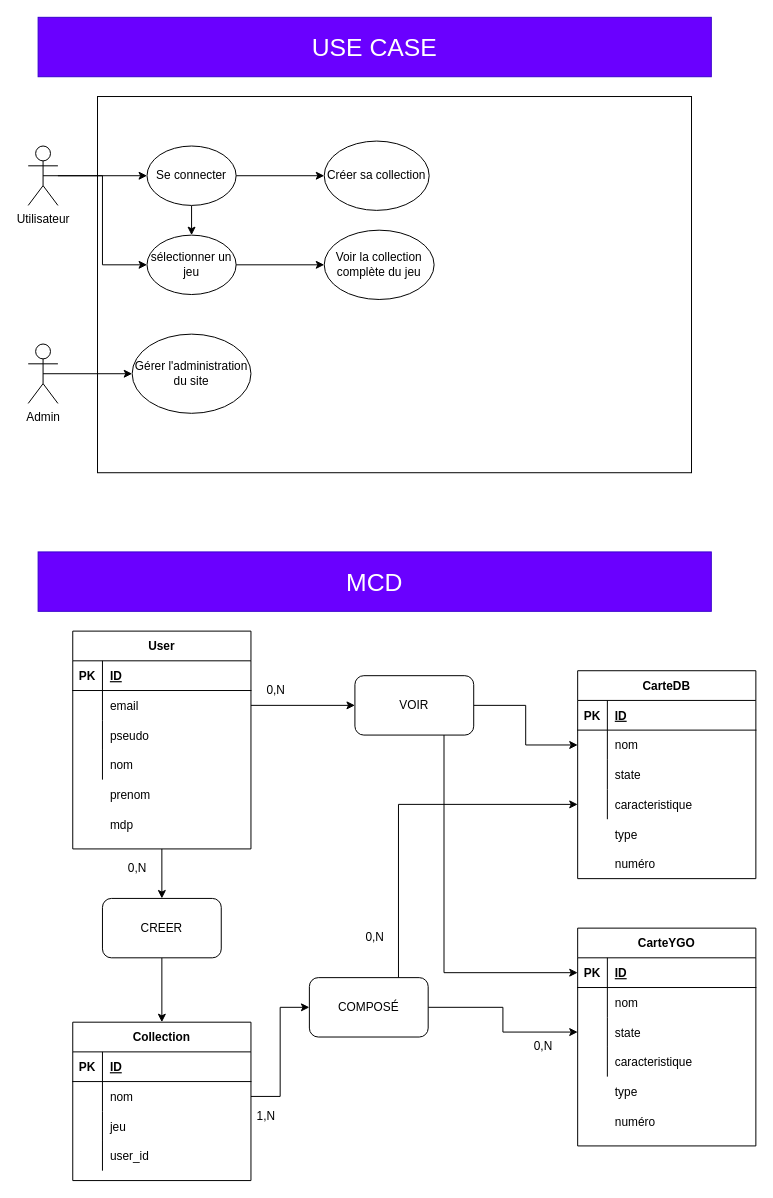
The draw.io diagram concemption.drawio in GodofBaguette/CardStorm, before the edit. Source tidied: cells renumbered, new cells numbered last; positions are measured from the earlier drawing's top-left corner, leaving out a move shared by most shapes. Both pictures are drawn from the tidied source at 99%, with x=0, y=0 at pixel (28, 17).
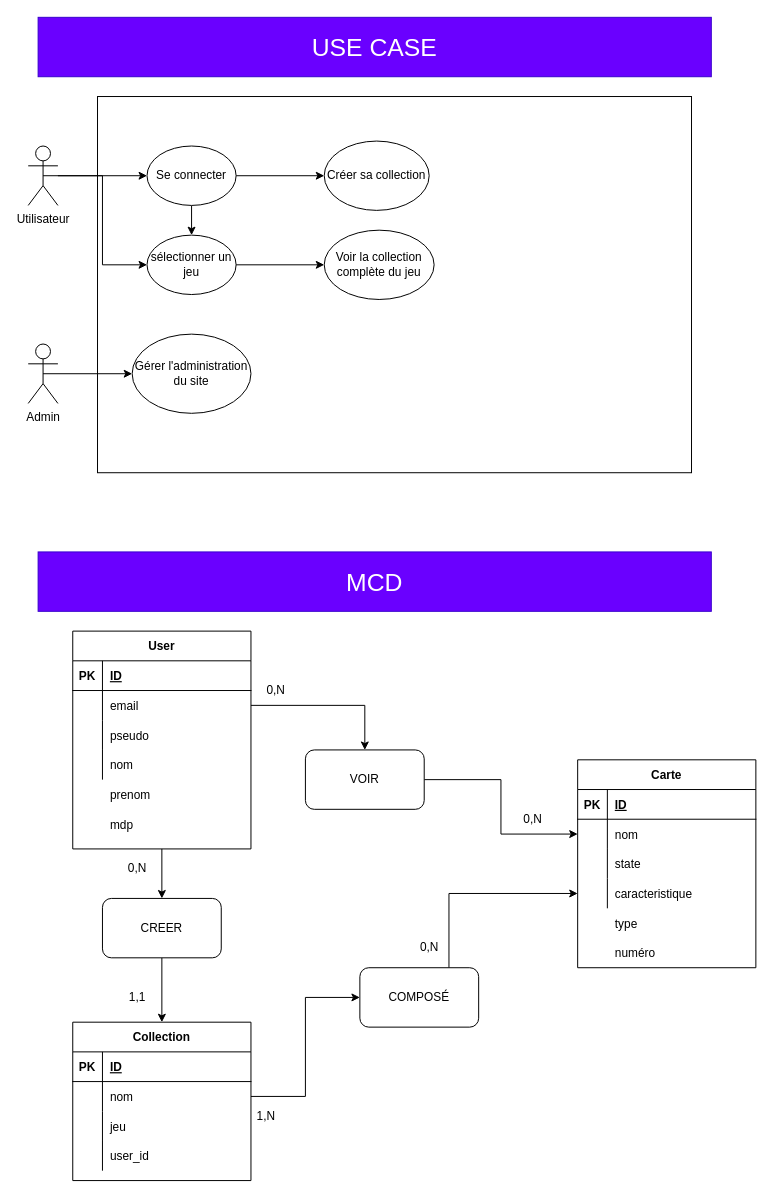
Above is the later version.

Commit message (it also covers changes not shown here):
use case et MCD

Change to the diagram source:
```diff
@@
-    <mxCell id="32" value="CarteDB" style="shape=table;startSize=30;childLayout=tableLayout;rowLines=0;fontStyle=1;align=center;" parent="1" vertex="1">
-      <mxGeometry x="555" y="660" width="180" height="210" as="geometry" />
+    <mxCell id="32" value="Carte" style="shape=table;startSize=30;childLayout=tableLayout;rowLines=0;fontStyle=1;align=center;" parent="1" vertex="1">
+      <mxGeometry x="555" y="750" width="180" height="210" as="geometry" />
     </mxCell>
@@
-    <mxCell id="60" value="CarteYGO" style="shape=table;startSize=30;childLayout=tableLayout;rowLines=0;fontStyle=1;align=center;" parent="1" vertex="1">
-      <mxGeometry x="555" y="920" width="180" height="220" as="geometry" />
-    </mxCell>
-    <mxCell id="61" style="shape=partialRectangle;fillColor=none;top=0;left=0;bottom=1;right=0;points=[[0,0.5],[1,0.5]];portConstraint=eastwest;" parent="60" vertex="1">
-      <mxGeometry y="30" width="180" height="30" as="geometry" />
-    </mxCell>
-    <mxCell id="62" value="PK" style="shape=partialRectangle;fillColor=none;top=0;left=0;bottom=0;right=0;fontStyle=1;overflow=hidden;" parent="61" vertex="1">
-      <mxGeometry width="30" height="30" as="geometry" />
-    </mxCell>
-    <mxCell id="63" value="ID" style="shape=partialRectangle;fillColor=none;top=0;left=0;bottom=0;right=0;align=left;spacingLeft=6;fontStyle=5;overflow=hidden;" parent="61" vertex="1">
-      <mxGeometry x="30" width="150" height="30" as="geometry" />
-    </mxCell>
-    <mxCell id="64" style="shape=partialRectangle;fillColor=none;top=0;left=0;bottom=0;right=0;" parent="60" vertex="1">
-      <mxGeometry y="60" width="180" height="30" as="geometry" />
-    </mxCell>
-    <mxCell id="65" style="shape=partialRectangle;fillColor=none;top=0;left=0;bottom=0;right=0;overflow=hidden;" parent="64" vertex="1">
-      <mxGeometry width="30" height="30" as="geometry" />
-    </mxCell>
-    <mxCell id="66" value="nom" style="shape=partialRectangle;fillColor=none;top=0;left=0;bottom=0;right=0;align=left;spacingLeft=6;overflow=hidden;" parent="64" vertex="1">
-      <mxGeometry x="30" width="150" height="30" as="geometry" />
-    </mxCell>
-    <mxCell id="67" style="shape=partialRectangle;fillColor=none;top=0;left=0;bottom=0;right=0;points=[[0,0.5],[1,0.5]];portConstraint=eastwest;" parent="60" vertex="1">
-      <mxGeometry y="90" width="180" height="30" as="geometry" />
-    </mxCell>
-    <mxCell id="68" style="shape=partialRectangle;fillColor=none;top=0;left=0;bottom=0;right=0;overflow=hidden;" parent="67" vertex="1">
-      <mxGeometry width="30" height="30" as="geometry" />
-    </mxCell>
-    <mxCell id="69" value="state" style="shape=partialRectangle;fillColor=none;top=0;left=0;bottom=0;right=0;align=left;spacingLeft=6;overflow=hidden;" parent="67" vertex="1">
-      <mxGeometry x="30" width="150" height="30" as="geometry" />
-    </mxCell>
-    <mxCell id="70" style="shape=partialRectangle;fillColor=none;top=0;left=0;bottom=0;right=0;" parent="60" vertex="1">
-      <mxGeometry y="120" width="180" height="30" as="geometry" />
-    </mxCell>
-    <mxCell id="71" style="shape=partialRectangle;fillColor=none;top=0;left=0;bottom=0;right=0;overflow=hidden;" parent="70" vertex="1">
-      <mxGeometry width="30" height="30" as="geometry" />
-    </mxCell>
-    <mxCell id="72" value="caracteristique" style="shape=partialRectangle;fillColor=none;top=0;left=0;bottom=0;right=0;align=left;spacingLeft=6;overflow=hidden;" parent="70" vertex="1">
-      <mxGeometry x="30" width="150" height="30" as="geometry" />
-    </mxCell>
     <mxCell id="73" value="type" style="shape=partialRectangle;fillColor=none;top=0;left=0;bottom=0;right=0;align=left;spacingLeft=6;overflow=hidden;" parent="1" vertex="1">
-      <mxGeometry x="585" y="810" width="150" height="30" as="geometry" />
+      <mxGeometry x="585" y="900" width="150" height="30" as="geometry" />
     </mxCell>
-    <mxCell id="74" value="type" style="shape=partialRectangle;fillColor=none;top=0;left=0;bottom=0;right=0;align=left;spacingLeft=6;overflow=hidden;" parent="1" vertex="1">
-      <mxGeometry x="585" y="1070" width="150" height="30" as="geometry" />
-    </mxCell>
     <mxCell id="75" value="numéro" style="shape=partialRectangle;fillColor=none;top=0;left=0;bottom=0;right=0;align=left;spacingLeft=6;overflow=hidden;" parent="1" vertex="1">
-      <mxGeometry x="585" y="840" width="150" height="30" as="geometry" />
+      <mxGeometry x="585" y="930" width="150" height="30" as="geometry" />
     </mxCell>
-    <mxCell id="76" value="numéro" style="shape=partialRectangle;fillColor=none;top=0;left=0;bottom=0;right=0;align=left;spacingLeft=6;overflow=hidden;" parent="1" vertex="1">
-      <mxGeometry x="585" y="1100" width="150" height="30" as="geometry" />
-    </mxCell>
@@
-    <mxCell id="79" style="edgeStyle=orthogonalEdgeStyle;rounded=0;jettySize=auto;html=1;exitX=1;exitY=0.5;exitDx=0;exitDy=0;entryX=0;entryY=0.5;entryDx=0;entryDy=0;" parent="1" edge="1" source="81" target="67">
-      <mxGeometry relative="1" as="geometry" />
-    </mxCell>
@@
     <mxCell id="81" value="COMPOSÉ" style="rounded=1;whiteSpace=wrap;html=1;" parent="1" vertex="1">
-      <mxGeometry x="284" y="970" width="120" height="60" as="geometry" />
+      <mxGeometry x="335" y="960" width="120" height="60" as="geometry" />
     </mxCell>
@@
-    <mxCell id="84" style="edgeStyle=orthogonalEdgeStyle;rounded=0;jettySize=auto;html=1;exitX=0.75;exitY=1;exitDx=0;exitDy=0;entryX=0;entryY=0.5;entryDx=0;entryDy=0;" parent="1" edge="1" source="85" target="61">
-      <mxGeometry relative="1" as="geometry" />
-    </mxCell>
     <mxCell id="85" value="VOIR" style="rounded=1;whiteSpace=wrap;html=1;" parent="1" vertex="1">
-      <mxGeometry x="330" y="665" width="120" height="60" as="geometry" />
+      <mxGeometry x="280" y="740" width="120" height="60" as="geometry" />
     </mxCell>
@@
+    <mxCell id="91" value="0,N" style="text;html=1;align=center;verticalAlign=middle;" parent="1" vertex="1">
+      <mxGeometry x="390" y="930" width="30" height="20" as="geometry" />
+    </mxCell>
+    <mxCell id="92" value="1,1" style="text;html=1;align=center;verticalAlign=middle;" parent="1" vertex="1">
+      <mxGeometry x="95" y="980" width="30" height="20" as="geometry" />
+    </mxCell>
-    <mxCell id="90" value="0,N" style="text;html=1;align=center;verticalAlign=middle;" parent="1" vertex="1">
-      <mxGeometry x="505" y="1030" width="30" height="20" as="geometry" />
+    <mxCell id="90" value="0,N" style="text;html=1;strokeColor=none;fillColor=none;align=center;verticalAlign=middle;whiteSpace=wrap;rounded=0;" parent="1" vertex="1">
+      <mxGeometry x="490" y="800" width="40" height="20" as="geometry" />
     </mxCell>
-    <mxCell id="91" value="0,N" style="text;html=1;align=center;verticalAlign=middle;" parent="1" vertex="1">
-      <mxGeometry x="335" y="920" width="30" height="20" as="geometry" />
-    </mxCell>
```
